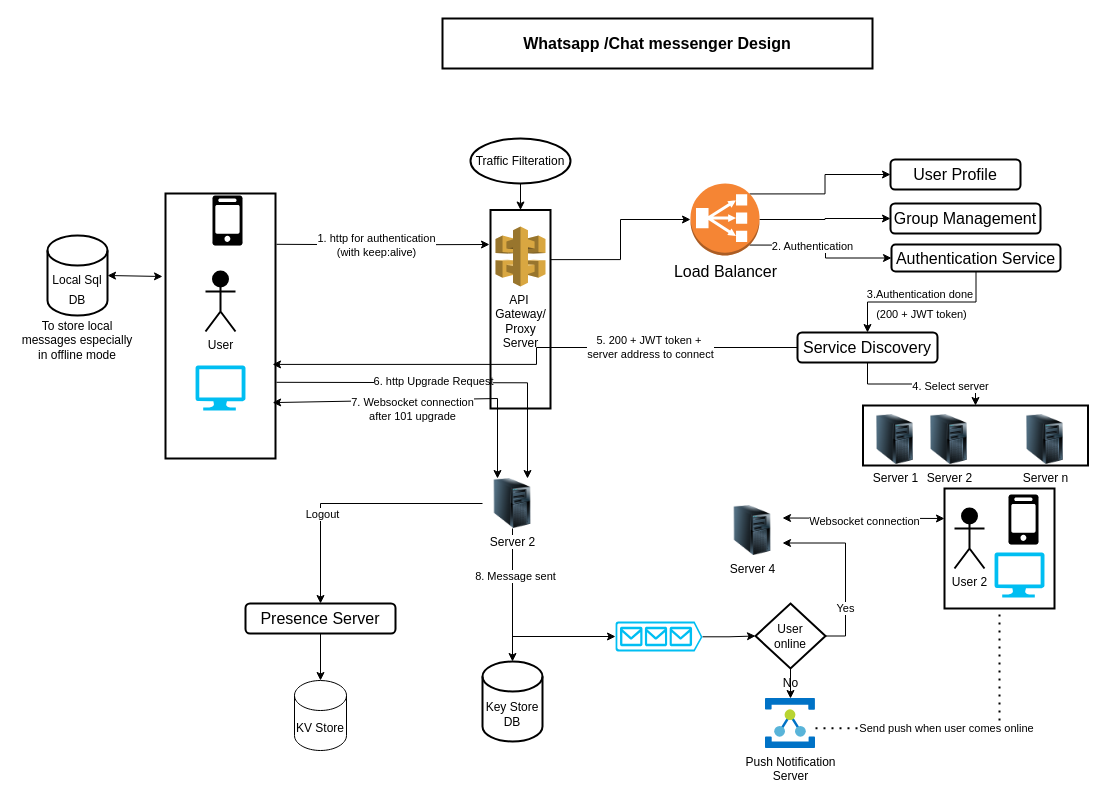
The draw.io diagram page "Whatsapp/Chat Messanger" (1 of 5) of Untitled Diagram.drawio in vaibhavjain1/app.diagrams.net, before the edit. Source tidied: cells renumbered, new cells numbered last; positions are measured from the earlier drawing's top-left corner, leaving out a move shared by most shapes. Both pictures are drawn from the tidied source at 100%, with x=0, y=0 at pixel (17, 18).
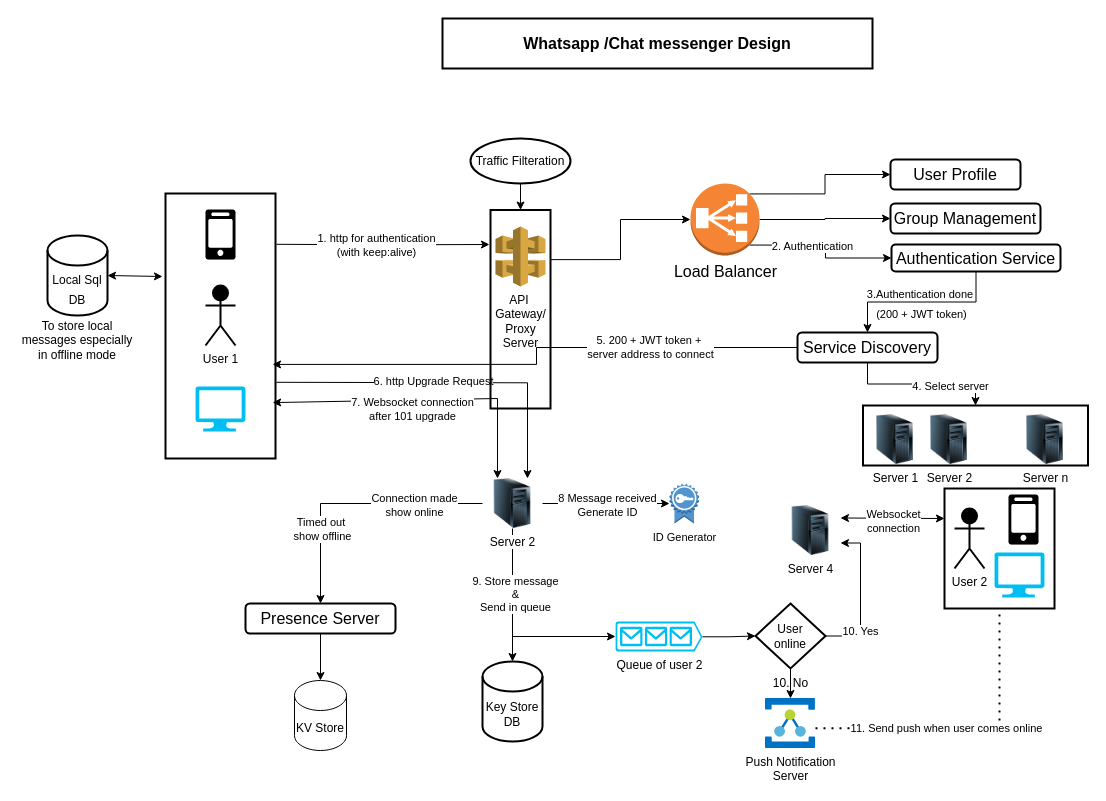
Above is the later version.

Unchanged cells that the change refers to:
```xml
<mxCell id="29" style="edgeStyle=orthogonalEdgeStyle;rounded=0;jettySize=auto;html=1;exitX=0.5;exitY=1;exitDx=0;exitDy=0;entryX=0.5;entryY=0;entryDx=0;entryDy=0;entryPerimeter=0;labelBackgroundColor=none;strokeColor=#000000;fontSize=12;fontColor=#000000;" parent="1" edge="1" source="60" target="33">
  <mxGeometry relative="1" as="geometry" />
</mxCell>
<mxCell id="37" style="edgeStyle=orthogonalEdgeStyle;rounded=0;jettySize=auto;html=1;exitX=1;exitY=0.5;exitDx=0;exitDy=0;entryX=1;entryY=0.75;entryDx=0;entryDy=0;labelBackgroundColor=none;strokeColor=#000000;fontSize=12;fontColor=#000000;endArrow=classic;endFill=1;" parent="1" edge="1" source="39" target="61">
  <mxGeometry relative="1" as="geometry" />
</mxCell>
<mxCell id="39" value="User&lt;br&gt;online" style="rhombus;whiteSpace=wrap;html=1;labelBackgroundColor=#FFFFFF;strokeColor=#000000;strokeWidth=2;fontSize=12;fontColor=#000000;fillColor=#FFFFFF;" parent="1" vertex="1">
  <mxGeometry x="738" y="585" width="70" height="65" as="geometry" />
</mxCell>
<mxCell id="40" value="Push Notification&lt;div&gt;Server&lt;/div&gt;" style="sketch=0;html=1;points=[];align=center;image;fontSize=12;image=img/lib/mscae/Service_Bus_Relay.svg;labelBackgroundColor=#FFFFFF;strokeColor=#000000;strokeWidth=2;fontColor=#000000;fillColor=#FFFFFF;" parent="1" vertex="1">
  <mxGeometry x="748" y="680" width="50" height="50" as="geometry" />
</mxCell>
<mxCell id="46" style="edgeStyle=orthogonalEdgeStyle;rounded=0;jettySize=auto;html=1;exitX=0;exitY=0.5;exitDx=0;exitDy=0;entryX=0.5;entryY=0;entryDx=0;entryDy=0;labelBackgroundColor=none;strokeColor=#000000;fontSize=16;fontColor=#000000;" parent="1" edge="1" source="60" target="48">
  <mxGeometry relative="1" as="geometry" />
</mxCell>
<mxCell id="57" style="endArrow=none;dashed=1;html=1;dashPattern=1 3;strokeWidth=2;rounded=0;entryX=0.5;entryY=1;entryDx=0;entryDy=0;exitX=1;exitY=0.594;exitDx=0;exitDy=0;exitPerimeter=0;" parent="1" edge="1" source="40" target="41">
  <mxGeometry relative="1" as="geometry">
    <Array as="points">
      <mxPoint x="982" y="710" />
    </Array>
  </mxGeometry>
</mxCell>
<mxCell id="60" value="&lt;span style=&quot;background-color: rgb(255, 255, 255);&quot;&gt;Server 2&lt;/span&gt;" style="image;html=1;image=img/lib/clip_art/computers/Server_Tower_128x128.png;strokeColor=#000000;strokeWidth=2;fontSize=12;fontColor=#000000;fillColor=#FFFFFF;" parent="1" vertex="1">
  <mxGeometry x="465" y="460" width="60" height="50" as="geometry" />
</mxCell>
<mxCell id="62" style="endArrow=classic;startArrow=classic;html=1;rounded=0;entryX=1;entryY=0.25;entryDx=0;entryDy=0;exitX=0;exitY=0.25;exitDx=0;exitDy=0;" parent="1" edge="1" source="41" target="61">
  <mxGeometry relative="1" as="geometry" />
</mxCell>
```

What changed in the source:
```diff
@@
     <mxCell id="20" style="verticalLabelPosition=bottom;html=1;verticalAlign=top;align=center;strokeColor=none;fillColor=#00BEF2;shape=mxgraph.azure.computer;strokeWidth=2;fontSize=12;fontColor=#000000;" parent="1" vertex="1">
-      <mxGeometry x="178" y="347" width="50" height="45" as="geometry" />
+      <mxGeometry x="178" y="368" width="50" height="45" as="geometry" />
     </mxCell>
     <mxCell id="21" style="dashed=0;verticalLabelPosition=bottom;verticalAlign=top;align=center;html=1;shape=mxgraph.aws3.mobile_client;fillColor=#000000;gradientColor=none;strokeColor=#000000;strokeWidth=2;fontSize=12;fontColor=#000000;" parent="1" vertex="1">
-      <mxGeometry x="195" y="177" width="30" height="50" as="geometry" />
+      <mxGeometry x="188" y="191" width="30" height="50" as="geometry" />
     </mxCell>
-    <mxCell id="22" value="User" style="shape=umlActor;verticalLabelPosition=bottom;verticalAlign=top;html=1;strokeColor=#000000;strokeWidth=2;fontSize=12;fontColor=#000000;fillColor=#000000;" parent="1" vertex="1">
-      <mxGeometry x="188" y="253" width="30" height="60" as="geometry" />
+    <mxCell id="22" value="User 1" style="shape=umlActor;verticalLabelPosition=bottom;verticalAlign=top;html=1;strokeColor=#000000;strokeWidth=2;fontSize=12;fontColor=#000000;fillColor=#000000;" parent="1" vertex="1">
+      <mxGeometry x="188" y="267" width="30" height="60" as="geometry" />
     </mxCell>
@@
-    <mxCell id="30" value="8. Message sent" style="edgeLabel;html=1;align=center;verticalAlign=middle;" parent="29" vertex="1">
-      <mxGeometry x="-0.29" y="2" relative="1" as="geometry" />
+    <mxCell id="30" value="9. Store message&lt;div&gt;&amp;amp;&lt;/div&gt;&lt;div&gt;Send in queue&lt;/div&gt;" style="edgeLabel;html=1;align=center;verticalAlign=middle;" parent="29" vertex="1">
+      <mxGeometry x="-0.29" y="2" relative="1" as="geometry">
+        <mxPoint y="18" as="offset" />
+      </mxGeometry>
     </mxCell>
@@
-    <mxCell id="35" style="verticalLabelPosition=bottom;html=1;verticalAlign=top;align=center;strokeColor=none;fillColor=#00BEF2;shape=mxgraph.azure.queue_generic;labelBackgroundColor=#FFFFFF;strokeWidth=2;fontSize=12;fontColor=#000000;" parent="1" vertex="1">
+    <mxCell id="35" value="Queue of user 2" style="verticalLabelPosition=bottom;html=1;verticalAlign=top;align=center;strokeColor=none;fillColor=#00BEF2;shape=mxgraph.azure.queue_generic;labelBackgroundColor=#FFFFFF;strokeWidth=2;fontSize=12;fontColor=#000000;" parent="1" vertex="1">
       <mxGeometry x="598" y="603" width="87" height="30" as="geometry" />
     </mxCell>
-    <mxCell id="36" value="No" style="edgeStyle=orthogonalEdgeStyle;rounded=0;jettySize=auto;html=1;exitX=0.5;exitY=1;exitDx=0;exitDy=0;labelBackgroundColor=none;strokeColor=#000000;fontSize=12;fontColor=#000000;endArrow=classic;endFill=1;" parent="1" edge="1" source="39" target="40">
+    <mxCell id="36" value="10. No" style="edgeStyle=orthogonalEdgeStyle;rounded=0;jettySize=auto;html=1;exitX=0.5;exitY=1;exitDx=0;exitDy=0;labelBackgroundColor=none;strokeColor=#000000;fontSize=12;fontColor=#000000;endArrow=classic;endFill=1;" parent="1" edge="1" source="39" target="40">
       <mxGeometry relative="1" as="geometry" />
     </mxCell>
@@
-    <mxCell id="38" value="Yes" style="edgeLabel;html=1;align=center;verticalAlign=middle;" parent="37" vertex="1">
+    <mxCell id="38" value="10. Yes" style="edgeLabel;html=1;align=center;verticalAlign=middle;" parent="37" vertex="1">
       <mxGeometry x="-0.46" y="1" relative="1" as="geometry" />
     </mxCell>
@@
-    <mxCell id="47" value="Logout" style="edgeLabel;html=1;align=center;verticalAlign=middle;" parent="46" vertex="1">
+    <mxCell id="47" value="&lt;div&gt;Timed out&amp;nbsp;&lt;/div&gt;&lt;div&gt;show offline&lt;/div&gt;" style="edgeLabel;html=1;align=center;verticalAlign=middle;" parent="46" vertex="1">
       <mxGeometry x="0.31" relative="1" as="geometry">
-        <mxPoint x="1" as="offset" />
+        <mxPoint x="1" y="15" as="offset" />
       </mxGeometry>
     </mxCell>
+    <mxCell id="66" value="Connection made&lt;div&gt;show online&lt;/div&gt;" style="edgeLabel;html=1;align=center;verticalAlign=middle;" parent="46" vertex="1">
+      <mxGeometry x="-0.47" y="1" relative="1" as="geometry" />
+    </mxCell>
@@
-    <mxCell id="58" value="Send push when user comes online" style="edgeLabel;html=1;align=center;verticalAlign=middle;" parent="57" vertex="1">
+    <mxCell id="58" value="11. Send push when user comes online" style="edgeLabel;html=1;align=center;verticalAlign=middle;" parent="57" vertex="1">
       <mxGeometry x="-0.14" relative="1" as="geometry" />
     </mxCell>
@@
+    <mxCell id="67" style="edgeStyle=orthogonalEdgeStyle;rounded=0;jettySize=auto;html=1;" parent="1" edge="1" source="60" target="69">
+      <mxGeometry relative="1" as="geometry" />
+    </mxCell>
+    <mxCell id="68" value="8 Message received&lt;div&gt;Generate ID&lt;/div&gt;" style="edgeLabel;html=1;align=center;verticalAlign=middle;" parent="67" vertex="1">
+      <mxGeometry y="-1" relative="1" as="geometry" />
+    </mxCell>
@@
     <mxCell id="61" value="&lt;span style=&quot;background-color: rgb(255, 255, 255);&quot;&gt;Server 4&lt;/span&gt;" style="image;html=1;image=img/lib/clip_art/computers/Server_Tower_128x128.png;strokeColor=#000000;strokeWidth=2;fontSize=12;fontColor=#000000;fillColor=#FFFFFF;" parent="1" vertex="1">
-      <mxGeometry x="705" y="487" width="60" height="50" as="geometry" />
+      <mxGeometry x="763" y="487" width="60" height="50" as="geometry" />
     </mxCell>
@@
-    <mxCell id="63" value="Websocket connection" style="edgeLabel;html=1;align=center;verticalAlign=middle;" parent="62" vertex="1">
+    <mxCell id="63" value="Websocket&lt;div&gt;connection&lt;/div&gt;" style="edgeLabel;html=1;align=center;verticalAlign=middle;" parent="62" vertex="1">
       <mxGeometry x="-0.01" y="3" relative="1" as="geometry" />
     </mxCell>
@@
+    <mxCell id="69" value="&lt;font style=&quot;font-size: 11px;&quot;&gt;ID Generator&lt;/font&gt;" style="outlineConnect=0;dashed=0;verticalLabelPosition=bottom;verticalAlign=top;align=center;html=1;shape=mxgraph.aws3.certificate;fillColor=#5294CF;gradientColor=none;" parent="1" vertex="1">
+      <mxGeometry x="652" y="465" width="29.5" height="40" as="geometry" />
+    </mxCell>
```
